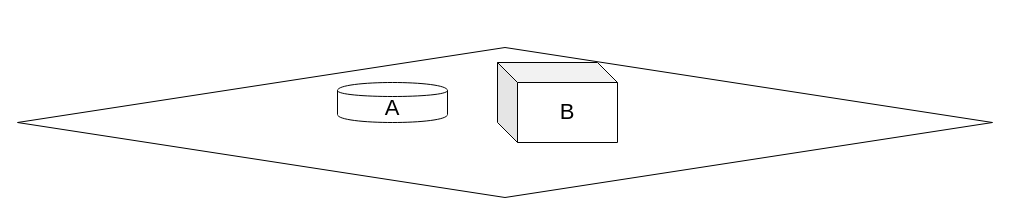
This is arrange.drawio from imzoer/imzoer.github.io, a draw.io file, before an edit. Source tidied: cells renumbered, new cells numbered last; positions are measured from the earlier drawing's top-left corner, leaving out a move shared by most shapes. Both pictures are drawn from the tidied source at 100%, with x=0, y=0 at pixel (17, 47).
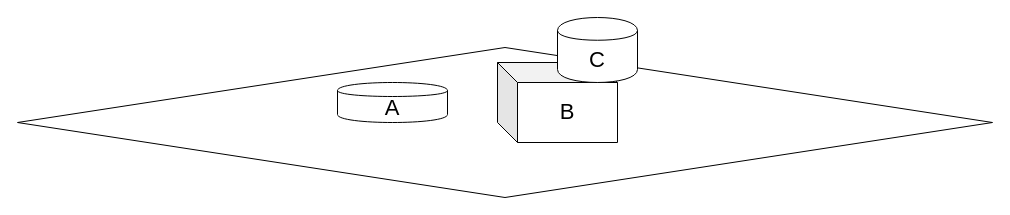
The same page after the edit.

What changed in the source:
```diff
@@
 <mxGraphModel>
   <root>
     <mxCell id="0" />
     <mxCell id="1" parent="0" />
     <mxCell id="2" style="rhombus;whiteSpace=wrap;html=1;" parent="1" vertex="1">
       <mxGeometry width="975" height="150" as="geometry" />
     </mxCell>
     <mxCell id="3" value="&lt;font style=&quot;font-size: 22px&quot;&gt;A&lt;/font&gt;" style="shape=cylinder;whiteSpace=wrap;html=1;boundedLbl=1;backgroundOutline=1;" parent="1" vertex="1">
       <mxGeometry x="320" y="35" width="110" height="40" as="geometry" />
     </mxCell>
     <mxCell id="4" value="&lt;font style=&quot;font-size: 22px&quot;&gt;B&lt;/font&gt;" style="shape=cube;whiteSpace=wrap;html=1;boundedLbl=1;backgroundOutline=1;darkOpacity=0.05;darkOpacity2=0.1;" parent="1" vertex="1">
       <mxGeometry x="480" y="15" width="120" height="80" as="geometry" />
     </mxCell>
+    <mxCell id="5" value="&lt;font style=&quot;font-size: 22px&quot;&gt;C&lt;/font&gt;" style="shape=cylinder;whiteSpace=wrap;html=1;boundedLbl=1;backgroundOutline=1;" parent="1" vertex="1">
+      <mxGeometry x="540" y="-30" width="80" height="65" as="geometry" />
+    </mxCell>
   </root>
 </mxGraphModel>
```
